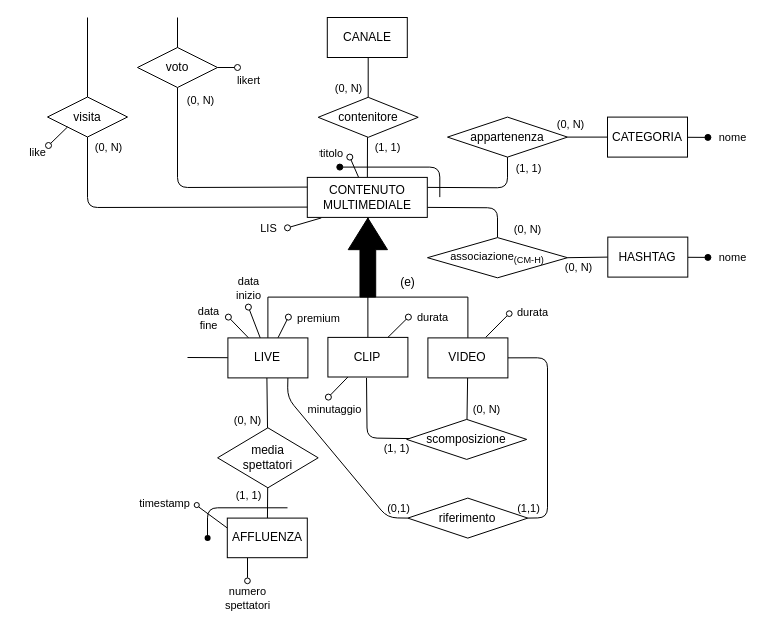
This is Progetto Esame - DBSperimentazioni A.A. 2023-2024/Diagrammi/generalizzazioni/2.3.2.2_gen_2a_cor.drawio from Mattron2000/Basi_di_dati, a draw.io file, before an edit. Source tidied: cells renumbered, new cells numbered last; positions are measured from the earlier drawing's top-left corner, leaving out a move shared by most shapes. Both pictures are drawn from the tidied source at 100%, with x=0, y=0 at pixel (17, 17).
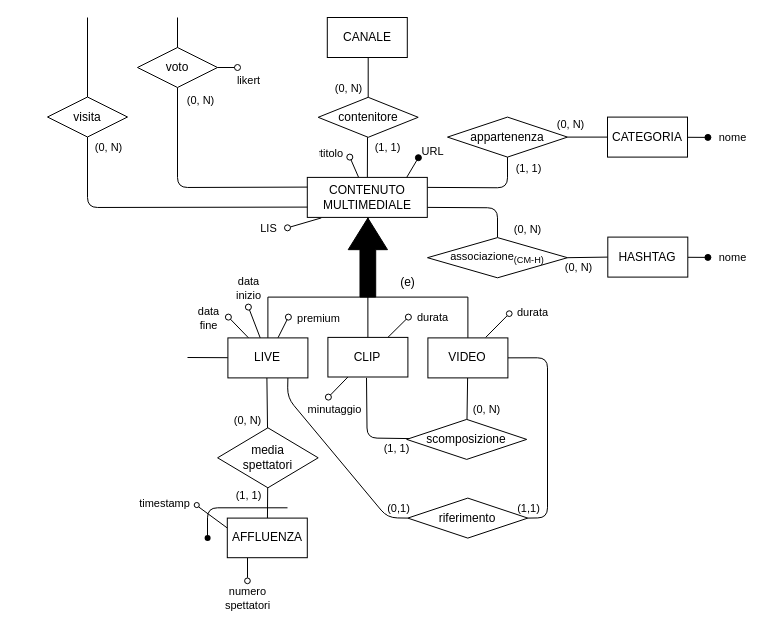
After the change.

The change refers to these unchanged cells:
```xml
<mxCell id="75" value="visita" style="rhombus;whiteSpace=wrap;html=1;" parent="1" vertex="1">
  <mxGeometry x="30" y="79.5" width="80" height="40" as="geometry" />
</mxCell>
```

Diff of the diagram source:
```diff
@@
-    <mxCell id="9" style="endArrow=oval;html=1;fillStyle=auto;strokeWidth=1;startSize=6;endSize=6;fillColor=#000000;startArrow=none;startFill=0;endFill=1;fontStyle=0;" parent="1" edge="1">
-      <mxGeometry relative="1" as="geometry">
-        <mxPoint x="422.3" y="179.6" as="sourcePoint" />
-        <mxPoint x="322.3" y="149.6" as="targetPoint" />
-        <Array as="points">
-          <mxPoint x="422.3" y="149.6" />
-        </Array>
-      </mxGeometry>
-    </mxCell>
@@
-    <mxCell id="81" style="endArrow=oval;html=1;fillStyle=auto;strokeWidth=1;startSize=6;endSize=6;fillColor=#000000;startArrow=none;startFill=0;endFill=0;strokeColor=#000000;exitX=0;exitY=1;exitDx=0;exitDy=0;" parent="1" edge="1" source="75">
-      <mxGeometry relative="1" as="geometry">
-        <mxPoint x="31" y="128" as="targetPoint" />
-      </mxGeometry>
-    </mxCell>
-    <mxCell id="82" value="&lt;font style=&quot;font-size: 11px;&quot;&gt;like&lt;/font&gt;" style="text;html=1;align=center;verticalAlign=middle;strokeColor=none;fillColor=none;" parent="1" vertex="1">
-      <mxGeometry y="119.8" width="40" height="30" as="geometry" />
-    </mxCell>
@@
+    <mxCell id="85" value="&lt;font style=&quot;font-size: 11px;&quot;&gt;URL&lt;/font&gt;" style="text;html=1;align=center;verticalAlign=middle;strokeColor=none;fillColor=none;" parent="1" vertex="1">
+      <mxGeometry x="390.3" y="118.6" width="50" height="30" as="geometry" />
+    </mxCell>
+    <mxCell id="86" style="endArrow=oval;html=1;fillStyle=auto;strokeWidth=1;startSize=6;endSize=6;fillColor=#000000;startArrow=none;startFill=0;endFill=1;exitX=0.821;exitY=0.003;exitDx=0;exitDy=0;exitPerimeter=0;" parent="1" edge="1">
+      <mxGeometry relative="1" as="geometry">
+        <mxPoint x="389.2" y="159.9" as="sourcePoint" />
+        <mxPoint x="400.9" y="140.2" as="targetPoint" />
+      </mxGeometry>
+    </mxCell>
```
